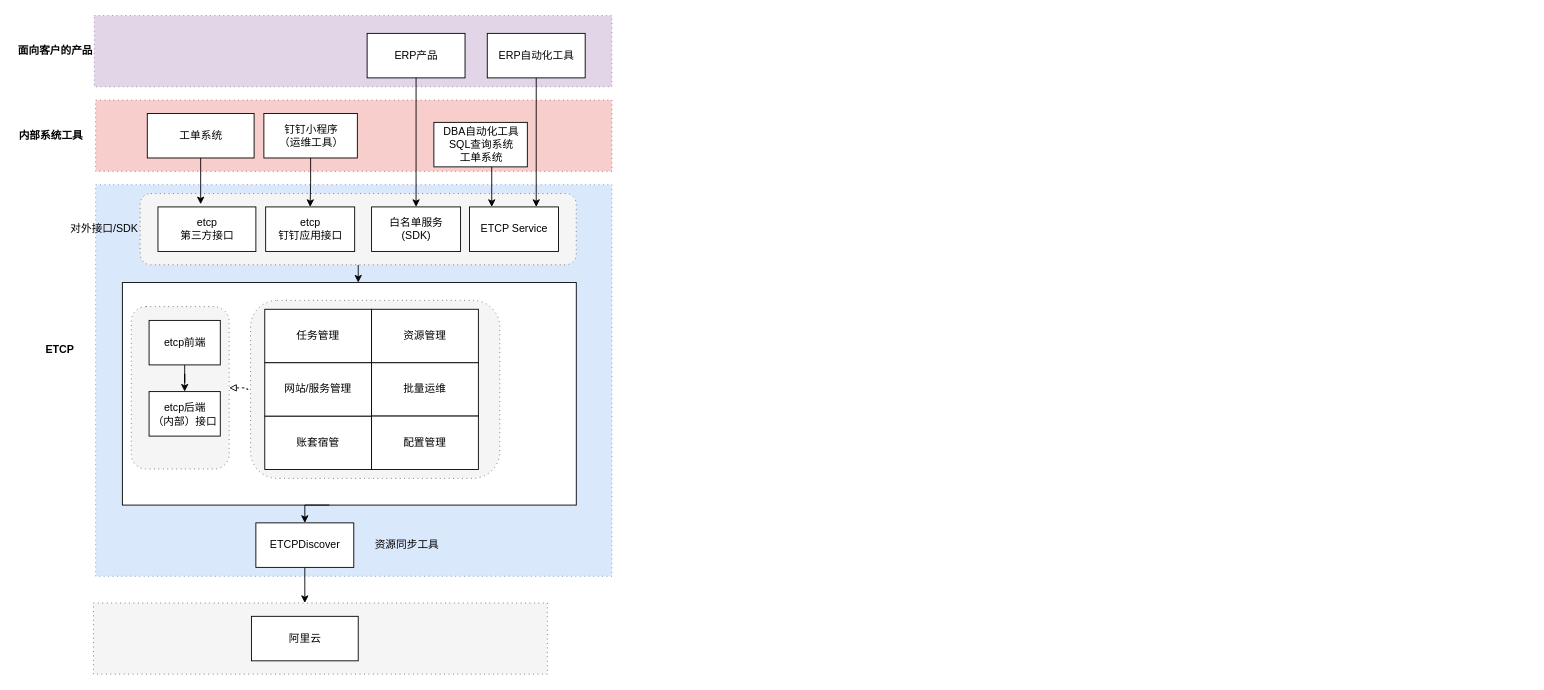
Before: page "ETCP" (1 of 6) of devops.drawio in mashifei/uml, a draw.io diagram. Source tidied: cells renumbered, new cells numbered last; positions are measured from the earlier drawing's top-left corner, leaving out a move shared by most shapes. Both pictures are drawn from the tidied source at 89%, with x=0, y=0 at pixel (15, 15).
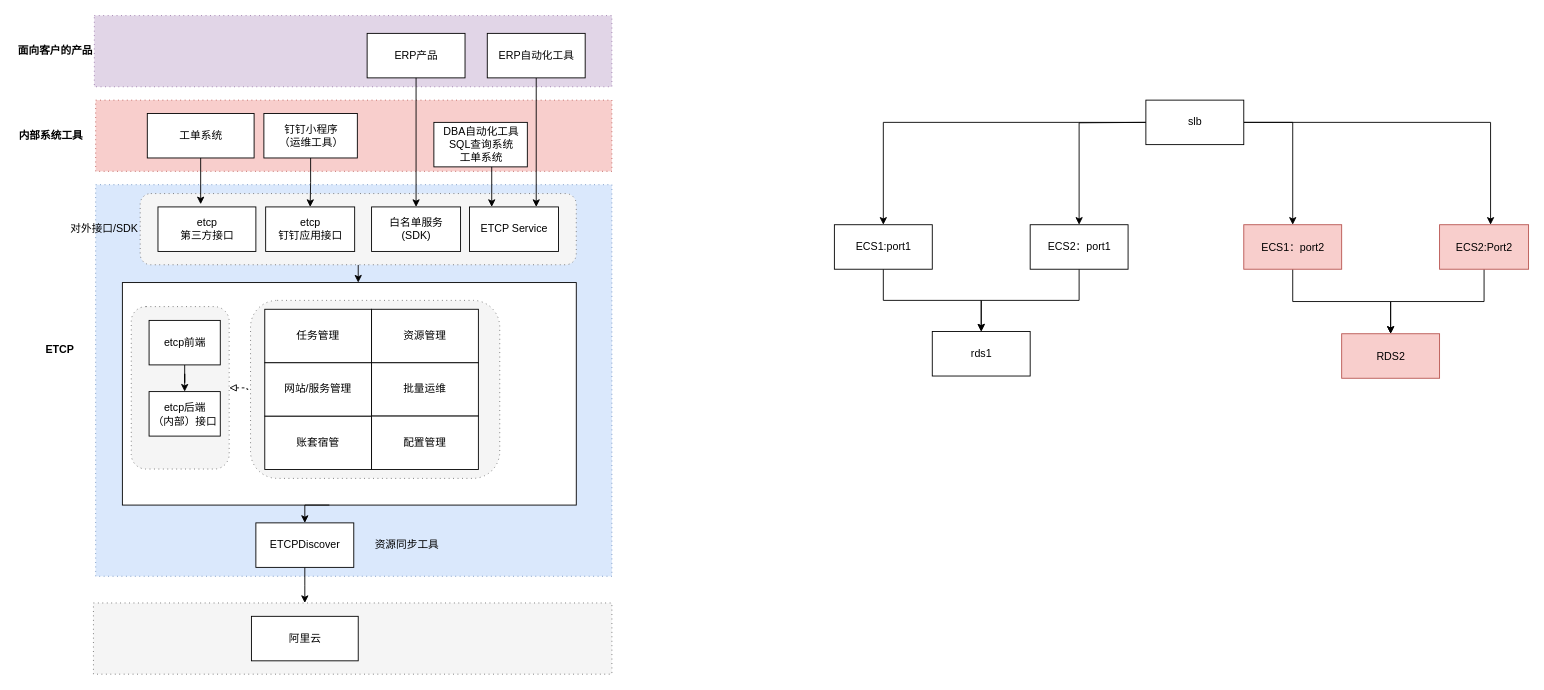
Above is the later version.

What changed in the source:
```diff
@@
     <mxCell id="9" style="shape=ext;rounded=0;html=1;whiteSpace=wrap;dashed=1;dashPattern=1 4;fillColor=#f5f5f5;strokeColor=#666666;shadow=0;glass=0;comic=0;fontColor=#333333;" parent="1" vertex="1">
-      <mxGeometry x="87.5" y="660" width="510" height="80" as="geometry" />
+      <mxGeometry x="87.5" y="660" width="582.5" height="80" as="geometry" />
     </mxCell>
@@
+    <mxCell id="44" style="edgeStyle=orthogonalEdgeStyle;rounded=0;jettySize=auto;html=1;" parent="1" edge="1" source="45" target="53">
+      <mxGeometry relative="1" as="geometry" />
+    </mxCell>
+    <mxCell id="45" value="ECS1:port1" style="html=1;strokeColor=#000000;" parent="1" vertex="1">
+      <mxGeometry x="920" y="235" width="110" height="50" as="geometry" />
+    </mxCell>
+    <mxCell id="46" style="edgeStyle=orthogonalEdgeStyle;rounded=0;jettySize=auto;html=1;exitX=0;exitY=0.5;exitDx=0;exitDy=0;" parent="1" edge="1" source="50" target="45">
+      <mxGeometry relative="1" as="geometry" />
+    </mxCell>
+    <mxCell id="47" style="edgeStyle=orthogonalEdgeStyle;rounded=0;jettySize=auto;html=1;entryX=0.5;entryY=0;entryDx=0;entryDy=0;" parent="1" edge="1" target="52">
+      <mxGeometry relative="1" as="geometry">
+        <mxPoint x="1270" y="120" as="sourcePoint" />
+      </mxGeometry>
+    </mxCell>
+    <mxCell id="48" style="edgeStyle=orthogonalEdgeStyle;rounded=0;jettySize=auto;html=1;entryX=0.573;entryY=0;entryDx=0;entryDy=0;entryPerimeter=0;" parent="1" edge="1" source="50" target="57">
+      <mxGeometry relative="1" as="geometry" />
+    </mxCell>
+    <mxCell id="49" style="edgeStyle=orthogonalEdgeStyle;rounded=0;jettySize=auto;html=1;entryX=0.5;entryY=0;entryDx=0;entryDy=0;exitX=1;exitY=0.5;exitDx=0;exitDy=0;" parent="1" edge="1" source="50" target="55">
+      <mxGeometry relative="1" as="geometry" />
+    </mxCell>
+    <mxCell id="50" value="slb" style="html=1;strokeColor=#000000;" parent="1" vertex="1">
+      <mxGeometry x="1270" y="95" width="110" height="50" as="geometry" />
+    </mxCell>
+    <mxCell id="51" style="edgeStyle=orthogonalEdgeStyle;rounded=0;jettySize=auto;html=1;entryX=0.5;entryY=0;entryDx=0;entryDy=0;" parent="1" edge="1" source="52" target="53">
+      <mxGeometry relative="1" as="geometry" />
+    </mxCell>
+    <mxCell id="52" value="ECS2：port1" style="html=1;strokeColor=#000000;" parent="1" vertex="1">
+      <mxGeometry x="1140" y="235" width="110" height="50" as="geometry" />
+    </mxCell>
+    <mxCell id="53" value="rds1" style="html=1;strokeColor=#000000;" parent="1" vertex="1">
+      <mxGeometry x="1030" y="355" width="110" height="50" as="geometry" />
+    </mxCell>
+    <mxCell id="54" style="edgeStyle=orthogonalEdgeStyle;rounded=0;jettySize=auto;html=1;" parent="1" edge="1" source="55" target="58">
+      <mxGeometry relative="1" as="geometry" />
+    </mxCell>
+    <mxCell id="55" value="&lt;div style=&quot;text-align: left ; line-height: 1.75 ; font-size: 14px&quot;&gt;&lt;span style=&quot;font-size: 12px ; text-align: center&quot;&gt;ECS1：port2&lt;/span&gt;&lt;br&gt;&lt;/div&gt;" style="html=1;strokeColor=#b85450;fillColor=#f8cecc;" parent="1" vertex="1">
+      <mxGeometry x="1380" y="235" width="110" height="50" as="geometry" />
+    </mxCell>
+    <mxCell id="56" style="edgeStyle=orthogonalEdgeStyle;rounded=0;jettySize=auto;html=1;entryX=0.5;entryY=0;entryDx=0;entryDy=0;" parent="1" edge="1" source="57" target="58">
+      <mxGeometry relative="1" as="geometry" />
+    </mxCell>
+    <mxCell id="57" value="&lt;div style=&quot;text-align: left ; line-height: 1.75 ; font-size: 14px&quot;&gt;&lt;span style=&quot;font-size: 12px ; text-align: center&quot;&gt;ECS2:Port2&lt;/span&gt;&lt;/div&gt;" style="html=1;strokeColor=#b85450;fillColor=#f8cecc;" parent="1" vertex="1">
+      <mxGeometry x="1600" y="235" width="100" height="50" as="geometry" />
+    </mxCell>
+    <mxCell id="58" value="RDS2" style="html=1;strokeColor=#b85450;fillColor=#f8cecc;" parent="1" vertex="1">
+      <mxGeometry x="1490" y="357.5" width="110" height="50" as="geometry" />
+    </mxCell>
```
